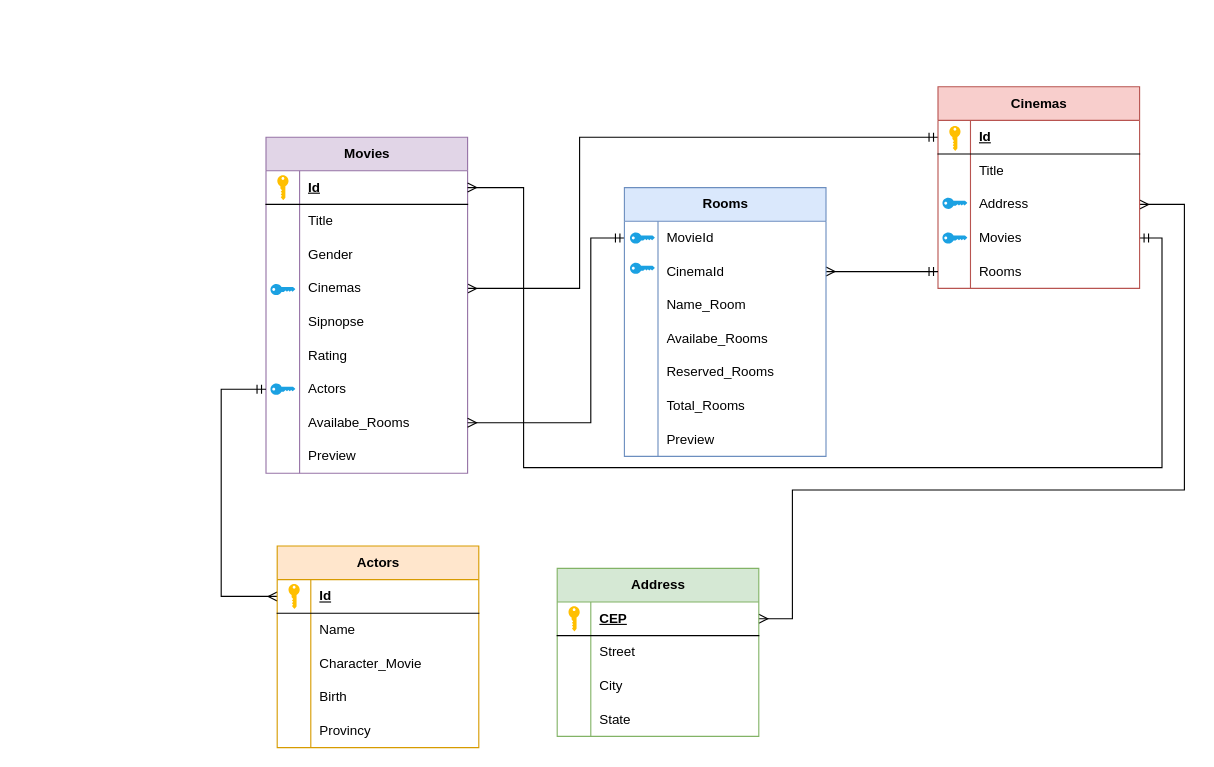
This is page "CMSS_API - Entidade Relacionamento" (1 of 2) of Doc/Diagram ER.drawio from HugoAndreL/API_Cinema, a draw.io file, before an edit. Source tidied: cells renumbered, new cells numbered last; positions are measured from the earlier drawing's top-left corner, leaving out a move shared by most shapes. Both pictures are drawn from the tidied source at 112%, with x=0, y=0 at pixel (221, 86).
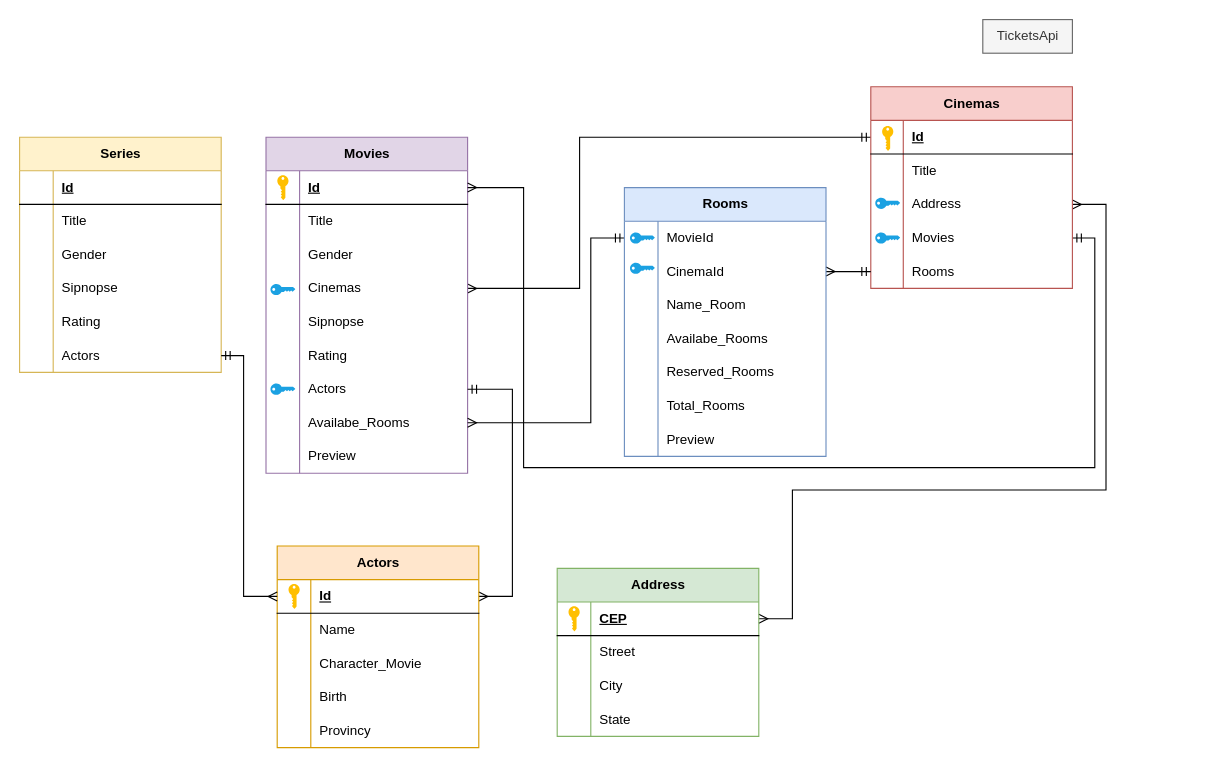
The same diagram, later.

Unchanged cells that the change refers to:
```xml
<mxCell id="4" style="shape=tableRow;horizontal=0;startSize=0;swimlaneHead=0;swimlaneBody=0;fillColor=none;points=[[0,0.5],[1,0.5]];portConstraint=eastwest;top=0;left=0;right=0;bottom=1;" parent="3" vertex="1">
  <mxGeometry y="30" width="180" height="30" as="geometry" />
</mxCell>
<mxCell id="22" style="shape=tableRow;horizontal=0;startSize=0;swimlaneHead=0;swimlaneBody=0;fillColor=none;points=[[0,0.5],[1,0.5]];portConstraint=eastwest;top=0;left=0;right=0;bottom=0;" parent="3" vertex="1">
  <mxGeometry y="210" width="180" height="30" as="geometry" />
</mxCell>
<mxCell id="46" style="shape=tableRow;horizontal=0;startSize=0;swimlaneHead=0;swimlaneBody=0;fillColor=none;points=[[0,0.5],[1,0.5]];portConstraint=eastwest;top=0;left=0;right=0;bottom=0;" parent="39" vertex="1">
  <mxGeometry y="90" width="180" height="30" as="geometry" />
</mxCell>
<mxCell id="49" style="shape=tableRow;horizontal=0;startSize=0;swimlaneHead=0;swimlaneBody=0;fillColor=none;points=[[0,0.5],[1,0.5]];portConstraint=eastwest;top=0;left=0;right=0;bottom=0;" parent="39" vertex="1">
  <mxGeometry y="120" width="180" height="30" as="geometry" />
</mxCell>
<mxCell id="87" style="shape=tableRow;horizontal=0;startSize=0;swimlaneHead=0;swimlaneBody=0;fillColor=none;points=[[0,0.5],[1,0.5]];portConstraint=eastwest;top=0;left=0;right=0;bottom=1;" parent="86" vertex="1">
  <mxGeometry y="30" width="180" height="30" as="geometry" />
</mxCell>
<mxCell id="102" style="shape=tableRow;horizontal=0;startSize=0;swimlaneHead=0;swimlaneBody=0;fillColor=none;points=[[0,0.5],[1,0.5]];portConstraint=eastwest;top=0;left=0;right=0;bottom=1;" parent="101" vertex="1">
  <mxGeometry y="30" width="180" height="30" as="geometry" />
</mxCell>
```

The edit, as a diff of the source:
```diff
@@
     <mxCell id="35" style="edgeStyle=orthogonalEdgeStyle;html=1;exitX=1;exitY=0.5;exitDx=0;exitDy=0;rounded=0;curved=0;strokeColor=default;startArrow=ERmany;startFill=0;endArrow=ERmany;endFill=0;entryX=1;entryY=0.5;entryDx=0;entryDy=0;" parent="1" edge="1" source="46" target="87">
       <mxGeometry relative="1" as="geometry">
         <Array as="points">
-          <mxPoint x="860" y="105" />
-          <mxPoint x="860" y="360" />
+          <mxPoint x="790" y="105" />
+          <mxPoint x="790" y="360" />
           <mxPoint x="510" y="360" />
           <mxPoint x="510" y="475" />
         </Array>
       </mxGeometry>
     </mxCell>
-    <mxCell id="36" style="edgeStyle=orthogonalEdgeStyle;html=1;rounded=0;curved=0;startArrow=ERmandOne;startFill=0;endArrow=ERmany;endFill=0;exitX=0;exitY=0.5;exitDx=0;exitDy=0;entryX=0;entryY=0.5;entryDx=0;entryDy=0;" parent="1" edge="1" source="22" target="102">
+    <mxCell id="36" style="edgeStyle=orthogonalEdgeStyle;html=1;rounded=0;curved=0;startArrow=ERmandOne;startFill=0;endArrow=ERmany;endFill=0;exitX=1;exitY=0.5;exitDx=0;exitDy=0;entryX=1;entryY=0.5;entryDx=0;entryDy=0;" parent="1" edge="1" source="22" target="102">
       <mxGeometry relative="1" as="geometry">
         <Array as="points">
-          <mxPoint y="270" />
-          <mxPoint y="455" />
+          <mxPoint x="260" y="270" />
+          <mxPoint x="260" y="455" />
         </Array>
       </mxGeometry>
     </mxCell>
     <mxCell id="37" style="edgeStyle=orthogonalEdgeStyle;html=1;exitX=1;exitY=0.5;exitDx=0;exitDy=0;entryX=1;entryY=0.5;entryDx=0;entryDy=0;rounded=0;curved=0;endArrow=ERmany;endFill=0;startArrow=ERmandOne;startFill=0;" parent="1" edge="1" source="49" target="4">
       <mxGeometry relative="1" as="geometry">
         <Array as="points">
-          <mxPoint x="840" y="135" />
-          <mxPoint x="840" y="340" />
+          <mxPoint x="780" y="135" />
+          <mxPoint x="780" y="340" />
           <mxPoint x="270" y="340" />
           <mxPoint x="270" y="90" />
         </Array>
       </mxGeometry>
     </mxCell>
     <mxCell id="38" style="group;" parent="1" vertex="1">
-      <mxGeometry x="640" width="180" height="150" as="geometry" />
+      <mxGeometry x="580" width="180" height="150" as="geometry" />
     </mxCell>
@@
+    <mxCell id="118" value="Series" style="shape=table;startSize=30;childLayout=tableLayout;rowLines=0;fontStyle=1;align=center;html=1;fillColor=#fff2cc;strokeColor=#d6b656;" parent="1" vertex="1">
+      <mxGeometry x="-180" y="45" width="180" height="210" as="geometry" />
+    </mxCell>
+    <mxCell id="119" style="shape=tableRow;horizontal=0;startSize=0;swimlaneHead=0;swimlaneBody=0;fillColor=none;top=0;left=0;right=0;bottom=1;" parent="118" vertex="1">
+      <mxGeometry y="30" width="180" height="30" as="geometry" />
+    </mxCell>
+    <mxCell id="120" style="shape=partialRectangle;fillColor=none;top=0;left=0;bottom=0;right=0;fontStyle=1;overflow=hidden;whiteSpace=wrap;html=1;" parent="119" vertex="1">
+      <mxGeometry width="30" height="30" as="geometry" />
+    </mxCell>
+    <mxCell id="121" value="Id" style="shape=partialRectangle;fillColor=none;top=0;left=0;bottom=0;right=0;align=left;spacingLeft=6;fontStyle=5;overflow=hidden;whiteSpace=wrap;html=1;" parent="119" vertex="1">
+      <mxGeometry x="30" width="150" height="30" as="geometry" />
+    </mxCell>
+    <mxCell id="122" style="shape=tableRow;horizontal=0;startSize=0;swimlaneHead=0;swimlaneBody=0;fillColor=none;top=0;left=0;right=0;bottom=0;" parent="118" vertex="1">
+      <mxGeometry y="60" width="180" height="30" as="geometry" />
+    </mxCell>
+    <mxCell id="123" style="shape=partialRectangle;fillColor=none;top=0;left=0;bottom=0;right=0;overflow=hidden;whiteSpace=wrap;html=1;" parent="122" vertex="1">
+      <mxGeometry width="30" height="30" as="geometry" />
+    </mxCell>
+    <mxCell id="124" value="Title" style="shape=partialRectangle;fillColor=none;top=0;left=0;bottom=0;right=0;align=left;spacingLeft=6;overflow=hidden;whiteSpace=wrap;html=1;" parent="122" vertex="1">
+      <mxGeometry x="30" width="150" height="30" as="geometry" />
+    </mxCell>
+    <mxCell id="125" style="shape=tableRow;horizontal=0;startSize=0;swimlaneHead=0;swimlaneBody=0;fillColor=none;top=0;left=0;right=0;bottom=0;" parent="118" vertex="1">
+      <mxGeometry y="90" width="180" height="30" as="geometry" />
+    </mxCell>
+    <mxCell id="126" style="shape=partialRectangle;fillColor=none;top=0;left=0;bottom=0;right=0;overflow=hidden;whiteSpace=wrap;html=1;" parent="125" vertex="1">
+      <mxGeometry width="30" height="30" as="geometry" />
+    </mxCell>
+    <mxCell id="127" value="Gender" style="shape=partialRectangle;fillColor=none;top=0;left=0;bottom=0;right=0;align=left;spacingLeft=6;overflow=hidden;whiteSpace=wrap;html=1;" parent="125" vertex="1">
+      <mxGeometry x="30" width="150" height="30" as="geometry" />
+    </mxCell>
+    <mxCell id="128" style="shape=tableRow;horizontal=0;startSize=0;swimlaneHead=0;swimlaneBody=0;fillColor=none;top=0;left=0;right=0;bottom=0;" parent="118" vertex="1">
+      <mxGeometry y="120" width="180" height="30" as="geometry" />
+    </mxCell>
+    <mxCell id="129" style="shape=partialRectangle;fillColor=none;top=0;left=0;bottom=0;right=0;overflow=hidden;whiteSpace=wrap;html=1;" parent="128" vertex="1">
+      <mxGeometry width="30" height="30" as="geometry" />
+    </mxCell>
+    <mxCell id="130" value="Sipnopse" style="shape=partialRectangle;fillColor=none;top=0;left=0;bottom=0;right=0;align=left;spacingLeft=6;overflow=hidden;whiteSpace=wrap;html=1;" parent="128" vertex="1">
+      <mxGeometry x="30" width="150" height="30" as="geometry" />
+    </mxCell>
+    <mxCell id="131" style="shape=tableRow;horizontal=0;startSize=0;swimlaneHead=0;swimlaneBody=0;fillColor=none;top=0;left=0;right=0;bottom=0;" parent="118" vertex="1">
+      <mxGeometry y="150" width="180" height="30" as="geometry" />
+    </mxCell>
+    <mxCell id="132" style="shape=partialRectangle;fillColor=none;top=0;left=0;bottom=0;right=0;overflow=hidden;whiteSpace=wrap;html=1;" parent="131" vertex="1">
+      <mxGeometry width="30" height="30" as="geometry" />
+    </mxCell>
+    <mxCell id="133" value="Rating" style="shape=partialRectangle;fillColor=none;top=0;left=0;bottom=0;right=0;align=left;spacingLeft=6;overflow=hidden;whiteSpace=wrap;html=1;" parent="131" vertex="1">
+      <mxGeometry x="30" width="150" height="30" as="geometry" />
+    </mxCell>
+    <mxCell id="134" style="shape=tableRow;horizontal=0;startSize=0;swimlaneHead=0;swimlaneBody=0;fillColor=none;points=[[0,0.5],[1,0.5]];portConstraint=eastwest;top=0;left=0;right=0;bottom=0;" parent="118" vertex="1">
+      <mxGeometry y="180" width="180" height="30" as="geometry" />
+    </mxCell>
+    <mxCell id="135" style="shape=partialRectangle;fillColor=none;top=0;left=0;bottom=0;right=0;overflow=hidden;whiteSpace=wrap;html=1;" parent="134" vertex="1">
+      <mxGeometry width="30" height="30" as="geometry" />
+    </mxCell>
+    <mxCell id="136" value="Actors" style="shape=partialRectangle;fillColor=none;top=0;left=0;bottom=0;right=0;align=left;spacingLeft=6;overflow=hidden;whiteSpace=wrap;html=1;" parent="134" vertex="1">
+      <mxGeometry x="30" width="150" height="30" as="geometry" />
+    </mxCell>
+    <mxCell id="137" value="TicketsApi" style="text;html=1;align=center;verticalAlign=middle;strokeColor=#666666;fillColor=#f5f5f5;fontColor=#333333;" parent="1" vertex="1">
+      <mxGeometry x="680" y="-60" width="80" height="30" as="geometry" />
+    </mxCell>
+    <mxCell id="138" style="edgeStyle=orthogonalEdgeStyle;rounded=0;jettySize=auto;html=1;exitX=0;exitY=0.5;exitDx=0;exitDy=0;entryX=1;entryY=0.5;entryDx=0;entryDy=0;startArrow=ERmany;startFill=0;endArrow=ERmandOne;endFill=0;" parent="1" edge="1" source="102" target="134">
+      <mxGeometry relative="1" as="geometry">
+        <Array as="points">
+          <mxPoint x="20" y="455" />
+          <mxPoint x="20" y="240" />
+        </Array>
+      </mxGeometry>
+    </mxCell>
```
